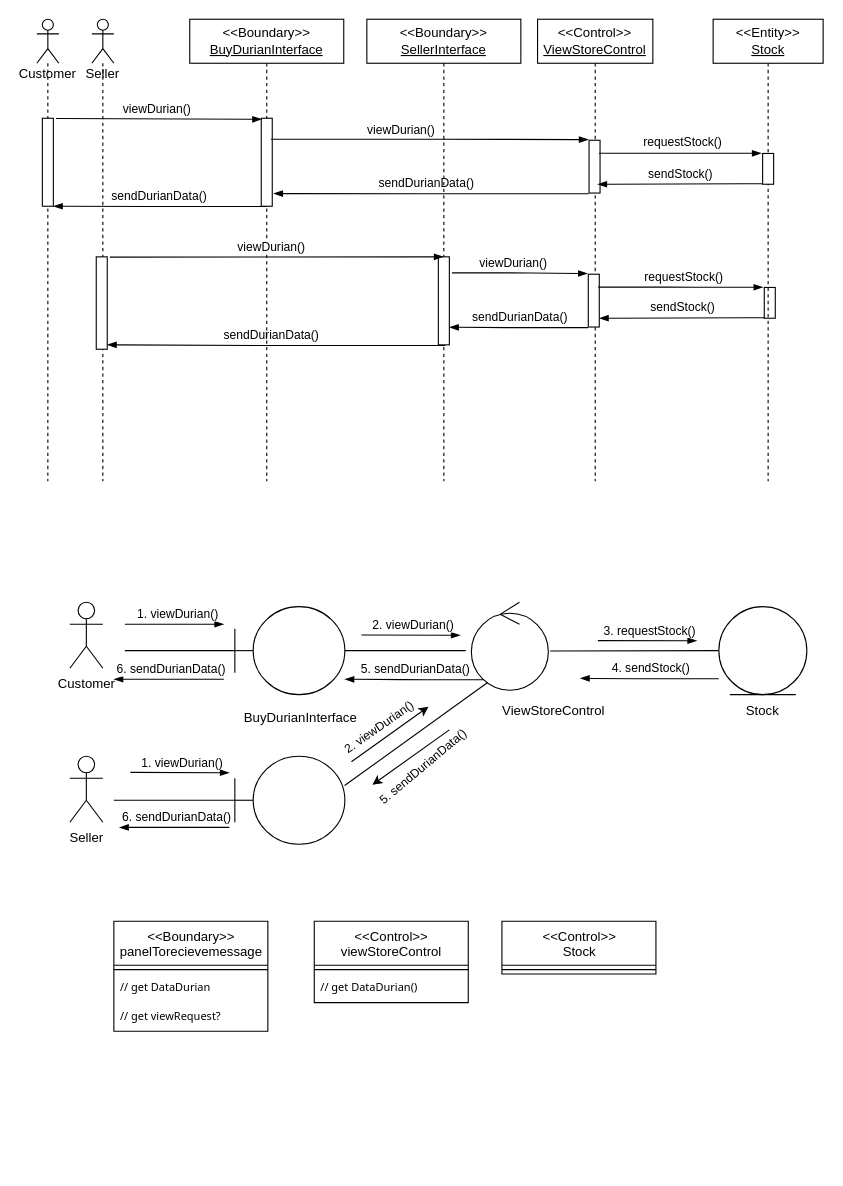
Before: View Stock.drawio in munkeawtoast/isad-diagrams, a draw.io diagram. Source tidied: cells renumbered, new cells numbered last; positions are measured from the earlier drawing's top-left corner, leaving out a move shared by most shapes. Both pictures are drawn from the tidied source at 110%, with x=0, y=0 at pixel (36, 19).
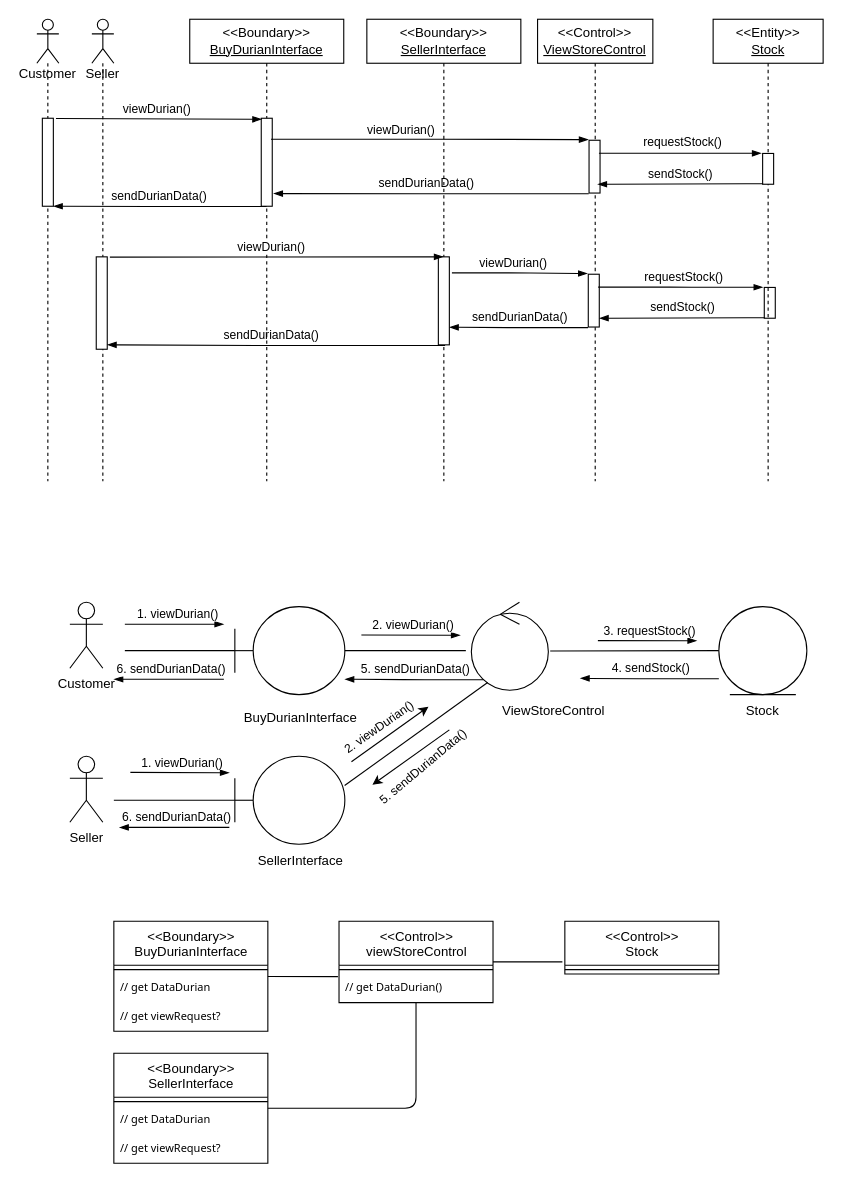
The same page after the edit.

The change refers to these unchanged cells:
```xml
<mxCell id="38" value="// get DataDurian()" style="text;strokeColor=none;fillColor=none;align=left;verticalAlign=top;spacingLeft=4;spacingRight=4;overflow=hidden;points=[[0,0.5],[1,0.5]];portConstraint=eastwest;strokeWidth=0;fontFamily=Tahoma;fontSize=10;" parent="36" vertex="1">
  <mxGeometry y="48" width="140" height="26" as="geometry" />
</mxCell>
```

What changed in the source:
```diff
@@
-    <mxCell id="32" value="&lt;span style=&quot;font-family: Helvetica; font-size: 12px; font-style: normal; font-variant-ligatures: normal; font-variant-caps: normal; font-weight: 400; letter-spacing: normal; orphans: 2; text-align: center; text-indent: 0px; text-transform: none; widows: 2; word-spacing: 0px; -webkit-text-stroke-width: 0px; text-decoration-thickness: initial; text-decoration-style: initial; text-decoration-color: initial; float: none; display: inline !important;&quot;&gt;&amp;lt;&amp;lt;Boundary&amp;gt;&amp;gt;&lt;/span&gt;&lt;br style=&quot;border-color: rgb(0, 0, 0); font-family: Helvetica; font-size: 12px; font-style: normal; font-variant-ligatures: normal; font-variant-caps: normal; font-weight: 400; letter-spacing: normal; orphans: 2; text-align: center; text-indent: 0px; text-transform: none; widows: 2; word-spacing: 0px; -webkit-text-stroke-width: 0px; text-decoration-thickness: initial; text-decoration-style: initial; text-decoration-color: initial;&quot;&gt;&lt;span style=&quot;font-family: Helvetica; font-size: 12px; font-style: normal; font-variant-ligatures: normal; font-variant-caps: normal; font-weight: 400; letter-spacing: normal; orphans: 2; text-align: center; text-indent: 0px; text-transform: none; widows: 2; word-spacing: 0px; -webkit-text-stroke-width: 0px; text-decoration-thickness: initial; text-decoration-style: initial; text-decoration-color: initial; float: none; display: inline !important;&quot;&gt;panelTorecievemessage&lt;/span&gt;" style="swimlane;fontStyle=0;align=center;verticalAlign=top;horizontal=1;startSize=40;html=1;" parent="1" vertex="1">
+    <mxCell id="32" value="&lt;span style=&quot;font-family: Helvetica; font-size: 12px; font-style: normal; font-variant-ligatures: normal; font-variant-caps: normal; font-weight: 400; letter-spacing: normal; orphans: 2; text-align: center; text-indent: 0px; text-transform: none; widows: 2; word-spacing: 0px; -webkit-text-stroke-width: 0px; text-decoration-thickness: initial; text-decoration-style: initial; text-decoration-color: initial; float: none; display: inline !important;&quot;&gt;&amp;lt;&amp;lt;Boundary&amp;gt;&amp;gt;&lt;/span&gt;&lt;br style=&quot;border-color: rgb(0, 0, 0); font-family: Helvetica; font-size: 12px; font-style: normal; font-variant-ligatures: normal; font-variant-caps: normal; font-weight: 400; letter-spacing: normal; orphans: 2; text-align: center; text-indent: 0px; text-transform: none; widows: 2; word-spacing: 0px; -webkit-text-stroke-width: 0px; text-decoration-thickness: initial; text-decoration-style: initial; text-decoration-color: initial;&quot;&gt;BuyDurianInterface" style="swimlane;fontStyle=0;align=center;verticalAlign=top;horizontal=1;startSize=40;html=1;" parent="1" vertex="1">
       <mxGeometry x="70" y="820" width="140" height="100" as="geometry" />
     </mxCell>
@@
     <mxCell id="36" value="&lt;span style=&quot;&quot;&gt;&amp;lt;&amp;lt;Control&amp;gt;&amp;gt;&lt;/span&gt;&lt;br style=&quot;&quot;&gt;&lt;span style=&quot;&quot;&gt;viewStoreControl&lt;/span&gt;" style="swimlane;fontStyle=0;align=center;verticalAlign=top;horizontal=1;startSize=40;html=1;" parent="1" vertex="1">
-      <mxGeometry x="252.2" y="820" width="140" height="74" as="geometry" />
+      <mxGeometry x="274.7" y="820" width="140" height="74" as="geometry" />
     </mxCell>
@@
     <mxCell id="39" value="&lt;span style=&quot;&quot;&gt;&amp;lt;&amp;lt;Control&amp;gt;&amp;gt;&lt;/span&gt;&lt;br style=&quot;&quot;&gt;Stock" style="swimlane;fontStyle=0;align=center;verticalAlign=top;horizontal=1;startSize=40;html=1;" parent="1" vertex="1">
-      <mxGeometry x="422.8" y="820" width="140" height="48" as="geometry" />
+      <mxGeometry x="480" y="820" width="140" height="48" as="geometry" />
     </mxCell>
@@
+    <mxCell id="83" value="SellerInterface" style="text;html=1;strokeColor=none;fillColor=none;align=center;verticalAlign=middle;whiteSpace=wrap;rounded=0;" parent="1" vertex="1">
+      <mxGeometry x="210" y="750" width="60" height="30" as="geometry" />
+    </mxCell>
+    <mxCell id="84" style="edgeStyle=none;html=1;entryX=-0.016;entryY=0.769;entryDx=0;entryDy=0;entryPerimeter=0;endArrow=none;endFill=0;" parent="1" edge="1" source="36" target="39">
+      <mxGeometry relative="1" as="geometry" />
+    </mxCell>
+    <mxCell id="85" style="edgeStyle=none;html=1;entryX=-0.007;entryY=0.091;entryDx=0;entryDy=0;entryPerimeter=0;endArrow=none;endFill=0;" parent="1" edge="1" source="32" target="38">
+      <mxGeometry relative="1" as="geometry" />
+    </mxCell>
+    <mxCell id="86" value="&lt;span style=&quot;font-family: Helvetica; font-size: 12px; font-style: normal; font-variant-ligatures: normal; font-variant-caps: normal; font-weight: 400; letter-spacing: normal; orphans: 2; text-align: center; text-indent: 0px; text-transform: none; widows: 2; word-spacing: 0px; -webkit-text-stroke-width: 0px; text-decoration-thickness: initial; text-decoration-style: initial; text-decoration-color: initial; float: none; display: inline !important;&quot;&gt;&amp;lt;&amp;lt;Boundary&amp;gt;&amp;gt;&lt;/span&gt;&lt;br style=&quot;border-color: rgb(0, 0, 0); font-family: Helvetica; font-size: 12px; font-style: normal; font-variant-ligatures: normal; font-variant-caps: normal; font-weight: 400; letter-spacing: normal; orphans: 2; text-align: center; text-indent: 0px; text-transform: none; widows: 2; word-spacing: 0px; -webkit-text-stroke-width: 0px; text-decoration-thickness: initial; text-decoration-style: initial; text-decoration-color: initial;&quot;&gt;SellerInterface" style="swimlane;fontStyle=0;align=center;verticalAlign=top;horizontal=1;startSize=40;html=1;" parent="1" vertex="1">
+      <mxGeometry x="70" y="940" width="140" height="100" as="geometry" />
+    </mxCell>
+    <mxCell id="87" style="line;strokeWidth=1;fillColor=none;align=left;verticalAlign=middle;spacingTop=-1;spacingLeft=3;spacingRight=3;labelPosition=right;" parent="86" vertex="1">
+      <mxGeometry y="40" width="140" height="8" as="geometry" />
+    </mxCell>
+    <mxCell id="88" value="// get DataDurian" style="text;strokeColor=none;fillColor=none;align=left;verticalAlign=top;spacingLeft=4;spacingRight=4;overflow=hidden;strokeWidth=0;fontFamily=Tahoma;fontSize=10;" parent="86" vertex="1">
+      <mxGeometry y="48" width="140" height="26" as="geometry" />
+    </mxCell>
+    <mxCell id="89" value="// get viewRequest?" style="text;strokeColor=none;fillColor=none;align=left;verticalAlign=top;spacingLeft=4;spacingRight=4;overflow=hidden;strokeWidth=0;fontFamily=Tahoma;fontSize=10;" parent="86" vertex="1">
+      <mxGeometry y="74" width="140" height="26" as="geometry" />
+    </mxCell>
+    <mxCell id="90" style="edgeStyle=orthogonalEdgeStyle;html=1;endArrow=none;endFill=0;" parent="1" edge="1" source="86" target="36">
+      <mxGeometry relative="1" as="geometry" />
+    </mxCell>
```
